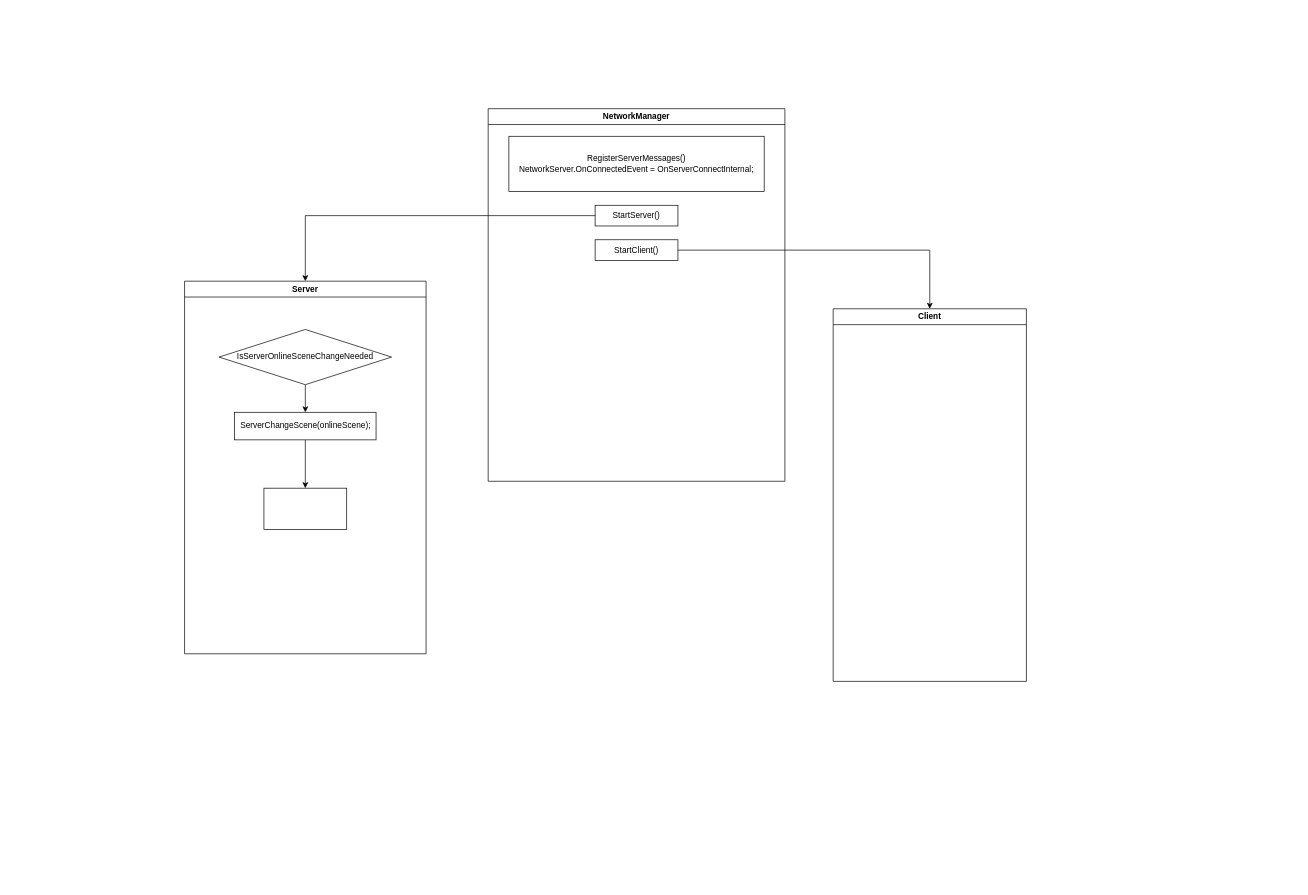
Before: Mirror流程.drawio in a7956232/drawIOFiles, a draw.io diagram. Source tidied: cells renumbered, new cells numbered last; positions are measured from the earlier drawing's top-left corner, leaving out a move shared by most shapes. Both pictures are drawn from the tidied source at 69%, with x=0, y=0 at pixel (184, 108).
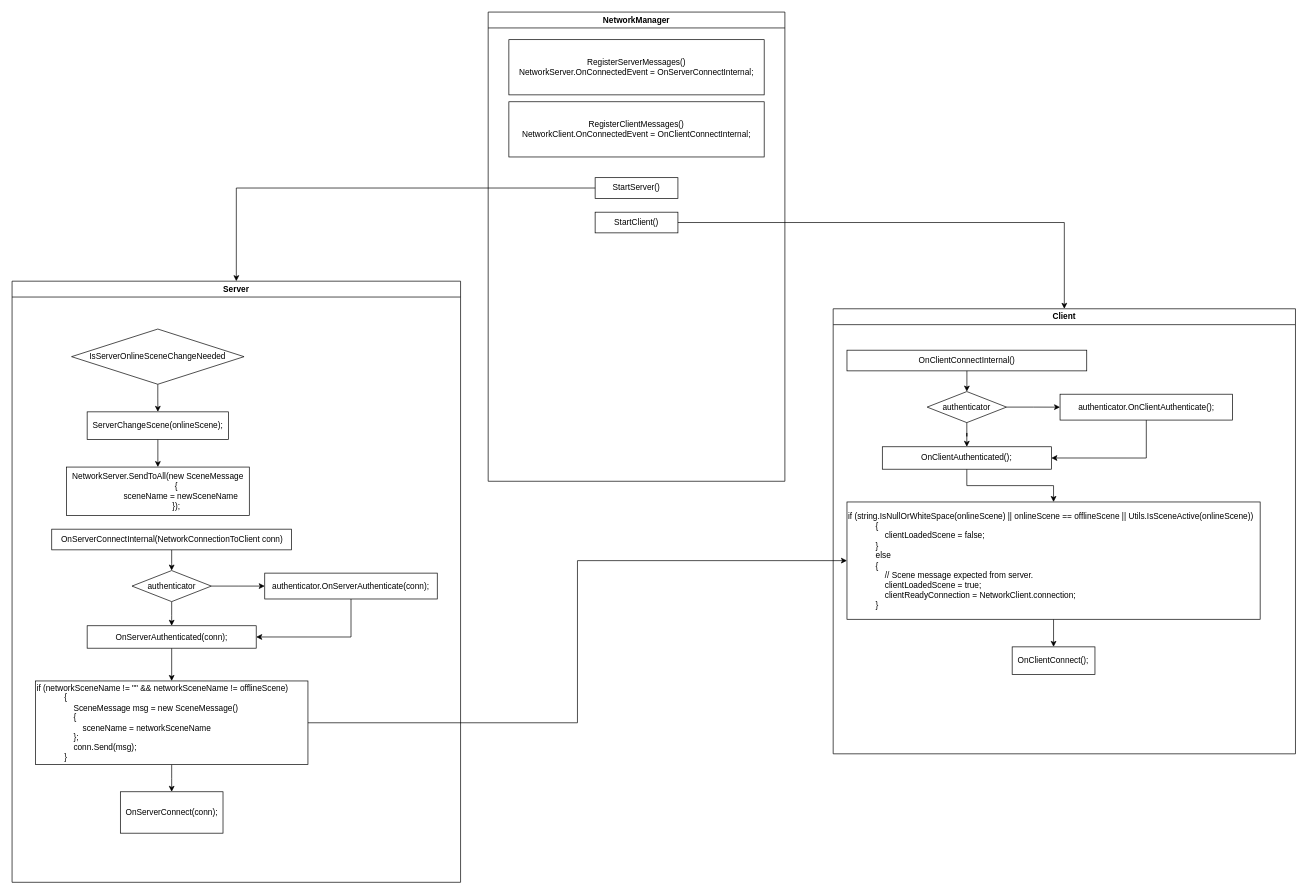
The same page after the edit.

Change to the diagram source:
```diff
@@
-    <mxCell id="2" value="Server" style="swimlane;whiteSpace=wrap;html=1;" parent="1" vertex="1">
-      <mxGeometry y="250" width="350" height="540" as="geometry" />
+    <mxCell id="2" value="Server" style="swimlane;whiteSpace=wrap;html=1;align=center;" parent="1" vertex="1">
+      <mxGeometry x="-250" y="250" width="650" height="871.2" as="geometry" />
     </mxCell>
@@
     <mxCell id="4" value="IsServerOnlineSceneChangeNeeded" style="rhombus;whiteSpace=wrap;html=1;" parent="2" vertex="1">
-      <mxGeometry x="50" y="70" width="250" height="80" as="geometry" />
+      <mxGeometry x="86.2" y="69.4" width="250" height="80" as="geometry" />
     </mxCell>
@@
     <mxCell id="6" value="ServerChangeScene(onlineScene);" style="whiteSpace=wrap;html=1;" parent="2" vertex="1">
-      <mxGeometry x="72.5" y="190" width="205" height="40" as="geometry" />
+      <mxGeometry x="108.8" y="189.4" width="205" height="40" as="geometry" />
     </mxCell>
-    <mxCell id="7" style="whiteSpace=wrap;html=1;" parent="2" vertex="1">
-      <mxGeometry x="115" y="300" width="120" height="60" as="geometry" />
+    <mxCell id="7" value="&lt;div&gt;NetworkServer.SendToAll(new SceneMessage&lt;/div&gt;&lt;div&gt;&amp;nbsp; &amp;nbsp; &amp;nbsp; &amp;nbsp; &amp;nbsp; &amp;nbsp; &amp;nbsp; &amp;nbsp; {&lt;/div&gt;&lt;div&gt;&amp;nbsp; &amp;nbsp; &amp;nbsp; &amp;nbsp; &amp;nbsp; &amp;nbsp; &amp;nbsp; &amp;nbsp; &amp;nbsp; &amp;nbsp; sceneName = newSceneName&lt;/div&gt;&lt;div&gt;&amp;nbsp; &amp;nbsp; &amp;nbsp; &amp;nbsp; &amp;nbsp; &amp;nbsp; &amp;nbsp; &amp;nbsp; });&lt;/div&gt;" style="whiteSpace=wrap;html=1;" parent="2" vertex="1">
+      <mxGeometry x="78.8" y="269.4" width="265" height="70" as="geometry" />
     </mxCell>
+    <mxCell id="15" style="edgeStyle=orthogonalEdgeStyle;rounded=0;jettySize=auto;html=1;" parent="2" edge="1" source="16" target="19">
+      <mxGeometry relative="1" as="geometry" />
+    </mxCell>
+    <mxCell id="16" value="OnServerConnectInternal(NetworkConnectionToClient conn)" style="whiteSpace=wrap;html=1;" parent="2" vertex="1">
+      <mxGeometry x="57.5" y="359.4" width="347.5" height="30" as="geometry" />
+    </mxCell>
+    <mxCell id="17" style="edgeStyle=orthogonalEdgeStyle;rounded=0;jettySize=auto;html=1;" parent="2" edge="1" source="19" target="21">
+      <mxGeometry relative="1" as="geometry" />
+    </mxCell>
+    <mxCell id="18" style="edgeStyle=orthogonalEdgeStyle;rounded=0;jettySize=auto;html=1;" parent="2" edge="1" source="19" target="23">
+      <mxGeometry relative="1" as="geometry" />
+    </mxCell>
+    <mxCell id="19" value="authenticator" style="rhombus;whiteSpace=wrap;html=1;" parent="2" vertex="1">
+      <mxGeometry x="173.8" y="419.4" width="115" height="45" as="geometry" />
+    </mxCell>
+    <mxCell id="20" style="edgeStyle=orthogonalEdgeStyle;rounded=0;jettySize=auto;html=1;" parent="2" edge="1" source="21" target="25">
+      <mxGeometry relative="1" as="geometry" />
+    </mxCell>
+    <mxCell id="21" value="OnServerAuthenticated(conn);" style="whiteSpace=wrap;html=1;" parent="2" vertex="1">
+      <mxGeometry x="108.8" y="499.4" width="245" height="32.5" as="geometry" />
+    </mxCell>
+    <mxCell id="22" style="edgeStyle=orthogonalEdgeStyle;rounded=0;jettySize=auto;html=1;exitX=0.5;exitY=1;exitDx=0;exitDy=0;entryX=1;entryY=0.5;entryDx=0;entryDy=0;" parent="2" edge="1" source="23" target="21">
+      <mxGeometry relative="1" as="geometry" />
+    </mxCell>
+    <mxCell id="23" value="authenticator.OnServerAuthenticate(conn);" style="whiteSpace=wrap;html=1;" parent="2" vertex="1">
+      <mxGeometry x="366.2" y="423.1" width="250" height="37.5" as="geometry" />
+    </mxCell>
+    <mxCell id="24" style="edgeStyle=orthogonalEdgeStyle;rounded=0;jettySize=auto;html=1;" parent="2" edge="1" source="25" target="26">
+      <mxGeometry relative="1" as="geometry" />
+    </mxCell>
+    <mxCell id="25" value="&lt;div&gt;if (networkSceneName != &quot;&quot; &amp;amp;&amp;amp; networkSceneName != offlineScene)&lt;/div&gt;&lt;div&gt;&amp;nbsp; &amp;nbsp; &amp;nbsp; &amp;nbsp; &amp;nbsp; &amp;nbsp; {&lt;/div&gt;&lt;div&gt;&amp;nbsp; &amp;nbsp; &amp;nbsp; &amp;nbsp; &amp;nbsp; &amp;nbsp; &amp;nbsp; &amp;nbsp; SceneMessage msg = new SceneMessage()&lt;/div&gt;&lt;div&gt;&amp;nbsp; &amp;nbsp; &amp;nbsp; &amp;nbsp; &amp;nbsp; &amp;nbsp; &amp;nbsp; &amp;nbsp; {&lt;/div&gt;&lt;div&gt;&amp;nbsp; &amp;nbsp; &amp;nbsp; &amp;nbsp; &amp;nbsp; &amp;nbsp; &amp;nbsp; &amp;nbsp; &amp;nbsp; &amp;nbsp; sceneName = networkSceneName&lt;/div&gt;&lt;div&gt;&amp;nbsp; &amp;nbsp; &amp;nbsp; &amp;nbsp; &amp;nbsp; &amp;nbsp; &amp;nbsp; &amp;nbsp; };&lt;/div&gt;&lt;div&gt;&amp;nbsp; &amp;nbsp; &amp;nbsp; &amp;nbsp; &amp;nbsp; &amp;nbsp; &amp;nbsp; &amp;nbsp; conn.Send(msg);&lt;/div&gt;&lt;div&gt;&amp;nbsp; &amp;nbsp; &amp;nbsp; &amp;nbsp; &amp;nbsp; &amp;nbsp; }&lt;/div&gt;" style="whiteSpace=wrap;html=1;align=left;" parent="2" vertex="1">
+      <mxGeometry x="33.8" y="579.4" width="395" height="121.2" as="geometry" />
+    </mxCell>
+    <mxCell id="26" value="OnServerConnect(conn);" style="whiteSpace=wrap;html=1;align=center;" parent="2" vertex="1">
+      <mxGeometry x="156.9" y="740" width="148.8" height="60" as="geometry" />
+    </mxCell>
     <mxCell id="8" value="Client" style="swimlane;whiteSpace=wrap;html=1;" parent="1" vertex="1">
-      <mxGeometry x="940" y="290" width="280" height="540" as="geometry" />
+      <mxGeometry x="940" y="290" width="670" height="645" as="geometry" />
     </mxCell>
+    <mxCell id="27" value="OnClientConnectInternal()" style="whiteSpace=wrap;html=1;" parent="8" vertex="1">
+      <mxGeometry x="20" y="60" width="347.5" height="30" as="geometry" />
+    </mxCell>
+    <mxCell id="28" value="authenticator" style="rhombus;whiteSpace=wrap;html=1;" parent="8" vertex="1">
+      <mxGeometry x="136.2" y="120" width="115" height="45" as="geometry" />
+    </mxCell>
+    <mxCell id="29" style="edgeStyle=orthogonalEdgeStyle;rounded=0;jettySize=auto;html=1;" parent="8" edge="1" source="27" target="28">
+      <mxGeometry relative="1" as="geometry" />
+    </mxCell>
+    <mxCell id="30" style="edgeStyle=orthogonalEdgeStyle;rounded=0;jettySize=auto;html=1;exitX=0.5;exitY=1;exitDx=0;exitDy=0;entryX=0.5;entryY=0;entryDx=0;entryDy=0;" parent="8" edge="1" source="31" target="37">
+      <mxGeometry relative="1" as="geometry" />
+    </mxCell>
+    <mxCell id="31" value="OnClientAuthenticated();" style="whiteSpace=wrap;html=1;" parent="8" vertex="1">
+      <mxGeometry x="71.2" y="200" width="245" height="32.5" as="geometry" />
+    </mxCell>
+    <mxCell id="32" style="edgeStyle=orthogonalEdgeStyle;rounded=0;jettySize=auto;html=1;" parent="8" edge="1" source="28" target="31">
+      <mxGeometry relative="1" as="geometry" />
+    </mxCell>
+    <mxCell id="33" style="edgeStyle=orthogonalEdgeStyle;rounded=0;jettySize=auto;html=1;exitX=0.5;exitY=1;exitDx=0;exitDy=0;entryX=1;entryY=0.5;entryDx=0;entryDy=0;" parent="8" edge="1" source="34" target="31">
+      <mxGeometry relative="1" as="geometry" />
+    </mxCell>
+    <mxCell id="34" value="authenticator.OnClientAuthenticate();" style="whiteSpace=wrap;html=1;" parent="8" vertex="1">
+      <mxGeometry x="328.8" y="123.8" width="250" height="37.5" as="geometry" />
+    </mxCell>
+    <mxCell id="35" style="edgeStyle=orthogonalEdgeStyle;rounded=0;jettySize=auto;html=1;" parent="8" edge="1" source="28" target="34">
+      <mxGeometry relative="1" as="geometry" />
+    </mxCell>
+    <mxCell id="36" style="edgeStyle=orthogonalEdgeStyle;rounded=0;jettySize=auto;html=1;" parent="8" edge="1" source="37" target="38">
+      <mxGeometry relative="1" as="geometry" />
+    </mxCell>
+    <mxCell id="37" value="&lt;div&gt;if (string.IsNullOrWhiteSpace(onlineScene) || onlineScene == offlineScene || Utils.IsSceneActive(onlineScene))&lt;/div&gt;&lt;div&gt;&amp;nbsp; &amp;nbsp; &amp;nbsp; &amp;nbsp; &amp;nbsp; &amp;nbsp; {&lt;/div&gt;&lt;div&gt;&amp;nbsp; &amp;nbsp; &amp;nbsp; &amp;nbsp; &amp;nbsp; &amp;nbsp; &amp;nbsp; &amp;nbsp; clientLoadedScene = false;&lt;/div&gt;&lt;div&gt;&amp;nbsp; &amp;nbsp; &amp;nbsp; &amp;nbsp; &amp;nbsp; &amp;nbsp; }&lt;/div&gt;&lt;div&gt;&amp;nbsp; &amp;nbsp; &amp;nbsp; &amp;nbsp; &amp;nbsp; &amp;nbsp; else&lt;/div&gt;&lt;div&gt;&amp;nbsp; &amp;nbsp; &amp;nbsp; &amp;nbsp; &amp;nbsp; &amp;nbsp; {&lt;/div&gt;&lt;div&gt;&amp;nbsp; &amp;nbsp; &amp;nbsp; &amp;nbsp; &amp;nbsp; &amp;nbsp; &amp;nbsp; &amp;nbsp; // Scene message expected from server.&lt;/div&gt;&lt;div&gt;&amp;nbsp; &amp;nbsp; &amp;nbsp; &amp;nbsp; &amp;nbsp; &amp;nbsp; &amp;nbsp; &amp;nbsp; clientLoadedScene = true;&lt;/div&gt;&lt;div&gt;&amp;nbsp; &amp;nbsp; &amp;nbsp; &amp;nbsp; &amp;nbsp; &amp;nbsp; &amp;nbsp; &amp;nbsp; clientReadyConnection = NetworkClient.connection;&lt;/div&gt;&lt;div&gt;&amp;nbsp; &amp;nbsp; &amp;nbsp; &amp;nbsp; &amp;nbsp; &amp;nbsp; }&lt;/div&gt;" style="whiteSpace=wrap;html=1;align=left;" parent="8" vertex="1">
+      <mxGeometry x="20" y="280" width="598.8" height="170" as="geometry" />
+    </mxCell>
+    <mxCell id="38" value="OnClientConnect();" style="whiteSpace=wrap;html=1;align=center;" parent="8" vertex="1">
+      <mxGeometry x="259.4" y="490" width="120" height="40" as="geometry" />
+    </mxCell>
     <mxCell id="9" value="NetworkManager" style="swimlane;whiteSpace=wrap;html=1;" parent="1" vertex="1">
-      <mxGeometry x="440" width="430" height="540" as="geometry" />
+      <mxGeometry x="440" y="-140" width="430" height="680" as="geometry" />
     </mxCell>
     <mxCell id="10" value="StartServer()" style="whiteSpace=wrap;html=1;" parent="9" vertex="1">
-      <mxGeometry x="155" y="140" width="120" height="30" as="geometry" />
+      <mxGeometry x="155" y="240" width="120" height="30" as="geometry" />
     </mxCell>
@@
     <mxCell id="12" value="StartClient()" style="whiteSpace=wrap;html=1;" parent="9" vertex="1">
-      <mxGeometry x="155" y="190" width="120" height="30" as="geometry" />
+      <mxGeometry x="155" y="290" width="120" height="30" as="geometry" />
     </mxCell>
+    <mxCell id="39" value="RegisterClientMessages()&lt;br&gt;NetworkClient.OnConnectedEvent = OnClientConnectInternal;" style="whiteSpace=wrap;html=1;" parent="9" vertex="1">
+      <mxGeometry x="30" y="130" width="370" height="80" as="geometry" />
+    </mxCell>
@@
+    <mxCell id="40" style="edgeStyle=orthogonalEdgeStyle;rounded=0;jettySize=auto;html=1;exitX=1;exitY=0.5;exitDx=0;exitDy=0;entryX=0;entryY=0.5;entryDx=0;entryDy=0;" parent="1" edge="1" source="25" target="37">
+      <mxGeometry relative="1" as="geometry" />
+    </mxCell>
```
